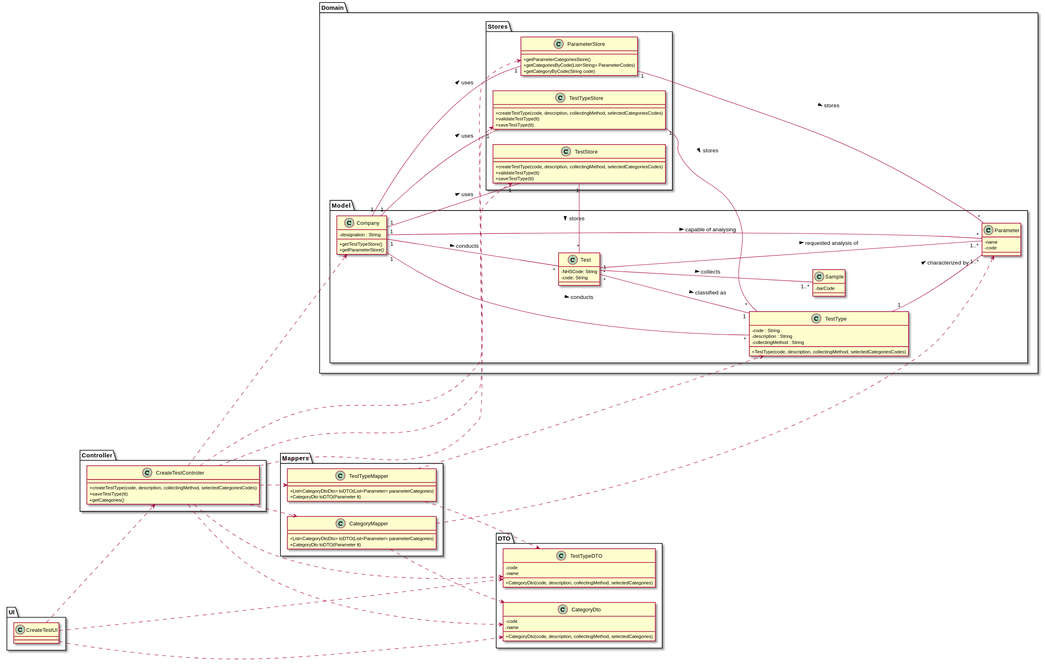
Earlier version of the PlantUML export docs/SprintC/US_4/US4_CD.svg (ana-albergaria/LAPR2-ISEP). The source it was exported from:
```plantuml
@startuml
skinparam classAttributeIconSize 0
left to right direction


package UI <<Folder>> {
  class CreateTestUI{
  }
}


package Domain <<Folder>> {
    package Model <<Folder>> {
        class TestType {
        - code : String
        - description : String
        - collectingMethod : String
        +TestType(code, description, collectingMethod, selectedCategoriesCodes)
        }

        class Test{
        - NHSCode: String
        - code: String
        }

        class Sample{
        - barCode
        }

        class Parameter{
        - name
        - code
        }

        class Company {
        -designation : String
        +getTestTypeStore()
        +getParameterStore()
        }


    }
    package Stores <<Folder>> {
        class ParameterStore {
        +getParameterCategoriesStore()
        +getCategoriesByCode(List<String> ParameterCodes)
        +getCategoryByCode(String code)
        }

        class TestTypeStore {
        +createTestType(code, description, collectingMethod, selectedCategoriesCodes)
        +validateTestType(tt)
        +saveTestType(tt)
        }

        class TestStore {
        +createTestType(code, description, collectingMethod, selectedCategoriesCodes)
        +validateTestType(tt)
        +saveTestType(tt)
        }

    }
}

package Controller <<Folder>>{
    class CreateTestControler{
    +createTestType(code, description, collectingMethod, selectedCategoriesCodes)
    +saveTestType(tt)
    +getCategories()
    }
}

package DTO <<Folder>>{
    class TestTypeDTO {
    -code
    -name
    +CategoryDto(code, description, collectingMethod, selectedCategories)
    }

    class CategoryDto {
    -code
    -name
    +CategoryDto(code, description, collectingMethod, selectedCategories)
    }

}

package Mappers <<Folder>>{
    class TestTypeMapper {
    +List<CategoryDtoDto> toDTO(List<Parameter> parameterCategories)
    +CategoryDto toDTO(Parameter tt)
    }


    class CategoryMapper {
    +List<CategoryDtoDto> toDTO(List<Parameter> parameterCategories)
    +CategoryDto toDTO(Parameter tt)
    }

}




CreateTestUI ..> CreateTestControler
CreateTestUI ..> CategoryDto
CreateTestUI ..> TestTypeDTO
CategoryMapper ..> CategoryDto
CategoryMapper ..> Parameter
TestTypeMapper ..> TestTypeDTO
TestTypeMapper ..> TestType
CreateTestControler ..> Company
CreateTestControler ..> CategoryMapper
CreateTestControler ..> CategoryDto
CreateTestControler ..> TestTypeMapper
CreateTestControler ..> TestTypeDTO
CreateTestControler ..> ParameterStore
CreateTestControler ..> TestTypeStore
CreateTestControler ..> TestStore
TestTypeStore "1" -- "*" TestType : stores >
TestStore "1" -- "*" Test : stores >
ParameterStore "1" -- "*" Parameter : stores >
Company "1" -- "1" ParameterStore : uses >
Company "1" -- "1" TestTypeStore : uses >
Company "1" -- "1" TestStore : uses >
TestType "1" -- "1..*" Parameter : characterized by >
Company "1" -- "*" TestType : conducts >
Company "1" -- "*" Test : conducts >
Company "1" -- "*" Parameter : capable of analysing >
Test "*" -- "1" TestType : classified as >
Test "*" -- "1..*" Parameter : requested analysis of >
Test "1" -- "1..*" Sample : collects >



@enduml
```
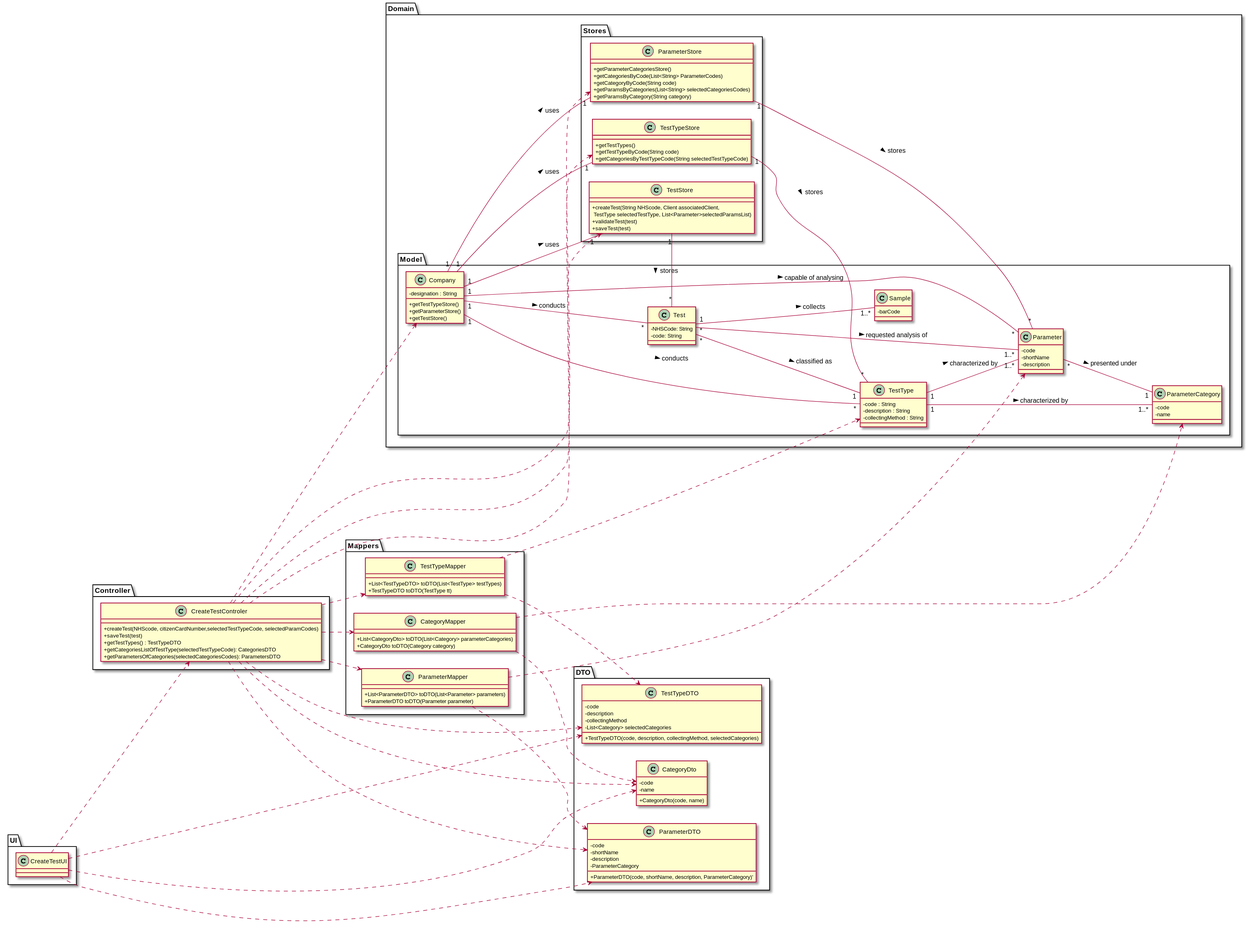
The same diagram one commit later.

What changed in the source:
```diff
@@ -11,52 +11,60 @@
 
 package Domain <<Folder>> {
     package Model <<Folder>> {
+
         class TestType {
         - code : String
         - description : String
         - collectingMethod : String
-        +TestType(code, description, collectingMethod, selectedCategoriesCodes)
         }
 
         class Test{
-        - NHSCode: String
-        - code: String
+            - NHSCode: String
+            - code: String
         }
 
         class Sample{
-        - barCode
+            - barCode
         }
 
-        class Parameter{
-        - name
-        - code
+        class Parameter {
+          -code
+          -shortName
+          -description
         }
 
         class Company {
-        -designation : String
-        +getTestTypeStore()
-        +getParameterStore()
+            -designation : String
+            +getTestTypeStore()
+            +getParameterStore()
+            +getTestStore()
         }
 
+        class ParameterCategory{
+            -code
+            -name
+        }
 
     }
     package Stores <<Folder>> {
         class ParameterStore {
-        +getParameterCategoriesStore()
-        +getCategoriesByCode(List<String> ParameterCodes)
-        +getCategoryByCode(String code)
+            +getParameterCategoriesStore()
+            +getCategoriesByCode(List<String> ParameterCodes)
+            +getCategoryByCode(String code)
+            +getParamsByCategories(List<String> selectedCategoriesCodes)
+            +getParamsByCategory(String category)
         }
 
         class TestTypeStore {
-        +createTestType(code, description, collectingMethod, selectedCategoriesCodes)
-        +validateTestType(tt)
-        +saveTestType(tt)
-        }
+               +getTestTypes()
+               +getTestTypeByCode(String code)
+               +getCategoriesByTestTypeCode(String selectedTestTypeCode)
+            }
 
         class TestStore {
-        +createTestType(code, description, collectingMethod, selectedCategoriesCodes)
-        +validateTestType(tt)
-        +saveTestType(tt)
+            +createTest(String NHScode, Client associatedClient,\n TestType selectedTestType, List<Parameter>selectedParamsList)
+            +validateTest(test)
+            +saveTest(test)
         }
 
     }
@@ -64,54 +72,72 @@
 
 package Controller <<Folder>>{
     class CreateTestControler{
-    +createTestType(code, description, collectingMethod, selectedCategoriesCodes)
-    +saveTestType(tt)
-    +getCategories()
+    +createTest(NHScode, citizenCardNumber,selectedTestTypeCode, selectedParamCodes)
+    +saveTest(test)
+    +getTestTypes() : TestTypeDTO
+    +getCategoriesListOfTestType(selectedTestTypeCode): CategoriesDTO
+    +getParametersOfCategories(selectedCategoriesCodes): ParametersDTO
     }
 }
 
 package DTO <<Folder>>{
     class TestTypeDTO {
     -code
-    -name
-    +CategoryDto(code, description, collectingMethod, selectedCategories)
+    -description
+    -collectingMethod
+    -List<Category> selectedCategories
+    +TestTypeDTO(code, description, collectingMethod, selectedCategories)
     }
 
     class CategoryDto {
     -code
     -name
-    +CategoryDto(code, description, collectingMethod, selectedCategories)
+    +CategoryDto(code, name)
+    }
+
+    class ParameterDTO {
+    -code
+    -shortName
+    -description
+    -ParameterCategory
+    +ParameterDTO(code, shortName, description, ParameterCategory)'
     }
 
 }
 
 package Mappers <<Folder>>{
     class TestTypeMapper {
-    +List<CategoryDtoDto> toDTO(List<Parameter> parameterCategories)
-    +CategoryDto toDTO(Parameter tt)
+        +List<TestTypeDTO> toDTO(List<TestType> testTypes)
+        +TestTypeDTO toDTO(TestType tt)
     }
-
-
-    class CategoryMapper {
-    +List<CategoryDtoDto> toDTO(List<Parameter> parameterCategories)
-    +CategoryDto toDTO(Parameter tt)
+    class CategoryMapper{
+        +List<CategoryDto> toDTO(List<Category> parameterCategories)
+        +CategoryDto toDTO(Category category)
+    }
+    class ParameterMapper {
+        +List<ParameterDTO> toDTO(List<Parameter> parameters)
+        +ParameterDTO toDTO(Parameter parameter)
     }
 
 }
 
 
 
-
 CreateTestUI ..> CreateTestControler
 CreateTestUI ..> CategoryDto
+CreateTestUI ..> ParameterDTO
 CreateTestUI ..> TestTypeDTO
 CategoryMapper ..> CategoryDto
-CategoryMapper ..> Parameter
+CategoryMapper ..> ParameterCategory
+ParameterMapper ..> ParameterDTO
+ParameterMapper ..> Parameter
 TestTypeMapper ..> TestTypeDTO
 TestTypeMapper ..> TestType
 CreateTestControler ..> Company
 CreateTestControler ..> CategoryMapper
 CreateTestControler ..> CategoryDto
+CreateTestControler ..> ParameterMapper
+CreateTestControler ..> ParameterDTO
 CreateTestControler ..> TestTypeMapper
 CreateTestControler ..> TestTypeDTO
 CreateTestControler ..> ParameterStore
@@ -130,7 +156,8 @@
 Test "*" -- "1" TestType : classified as >
 Test "*" -- "1..*" Parameter : requested analysis of >
 Test "1" -- "1..*" Sample : collects >
-
+Parameter "*" -- "1" ParameterCategory: presented under >
+TestType "1" -- "1..*" ParameterCategory : characterized by >
 
 
 @enduml
```
